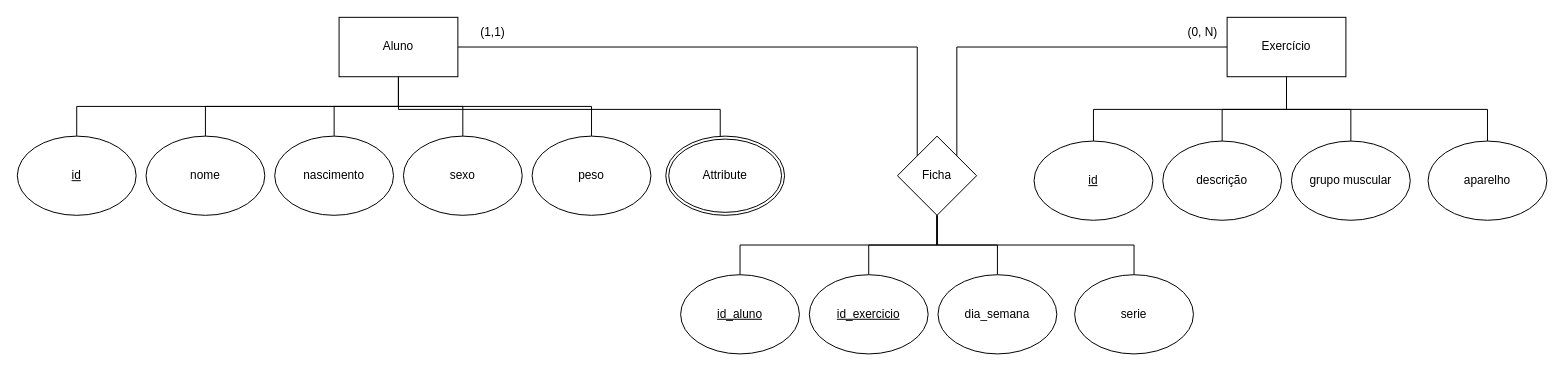
isaacgoncod/BCD keeps this draw.io diagram as aula004/exercicios/ex02_academia/der.drawio. Above is the earlier version. Source tidied: cells renumbered, new cells numbered last; positions are measured from the earlier drawing's top-left corner, leaving out a move shared by most shapes. Both pictures are drawn from the tidied source at 99%, with x=0, y=0 at pixel (17, 17).
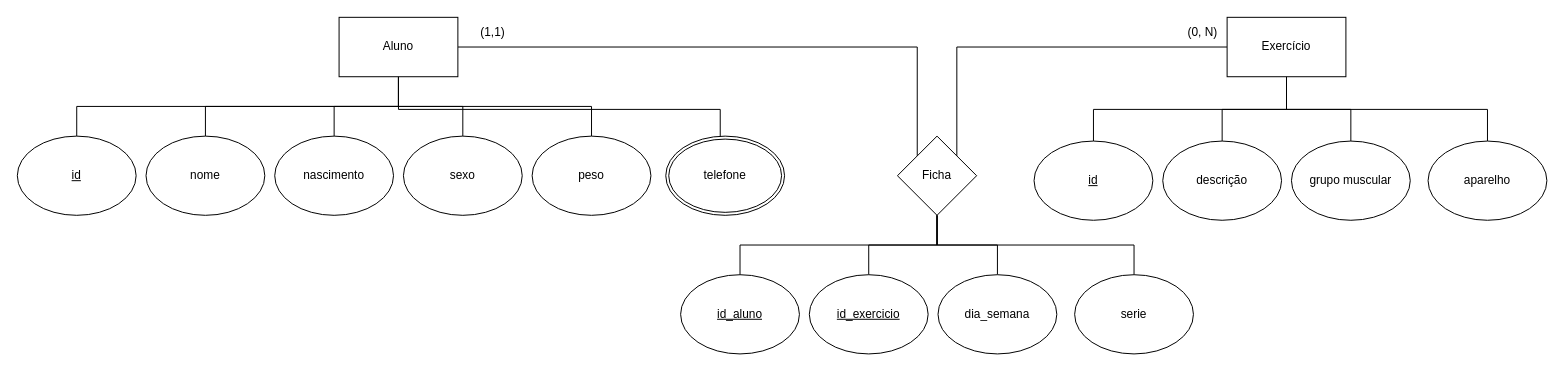
The same diagram, later.

Diff of the diagram source:
```diff
@@
-    <mxCell id="36" value="Attribute" style="ellipse;shape=doubleEllipse;margin=3;whiteSpace=wrap;html=1;align=center;" parent="1" vertex="1">
+    <mxCell id="36" value="telefone" style="ellipse;shape=doubleEllipse;margin=3;whiteSpace=wrap;html=1;align=center;" parent="1" vertex="1">
       <mxGeometry x="655" y="120" width="120" height="80" as="geometry" />
     </mxCell>
```
